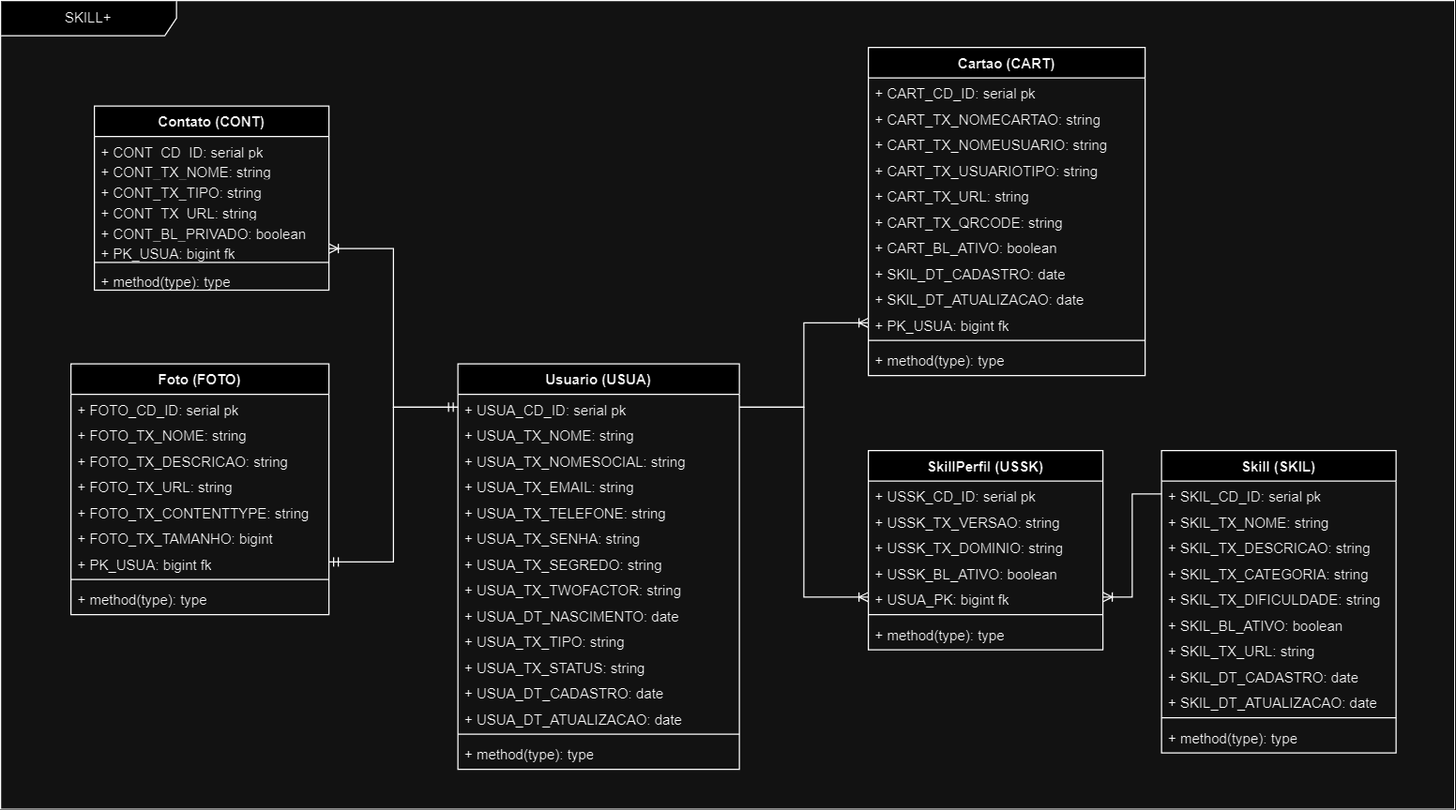
Before: public/images/SkillPlus.drawio.png, a diagram exported from draw.io (lucastere10/skillplus-api). Source tidied: cells renumbered, new cells last; positions are measured from the earlier drawing's top-left corner, leaving out a move shared by most shapes.
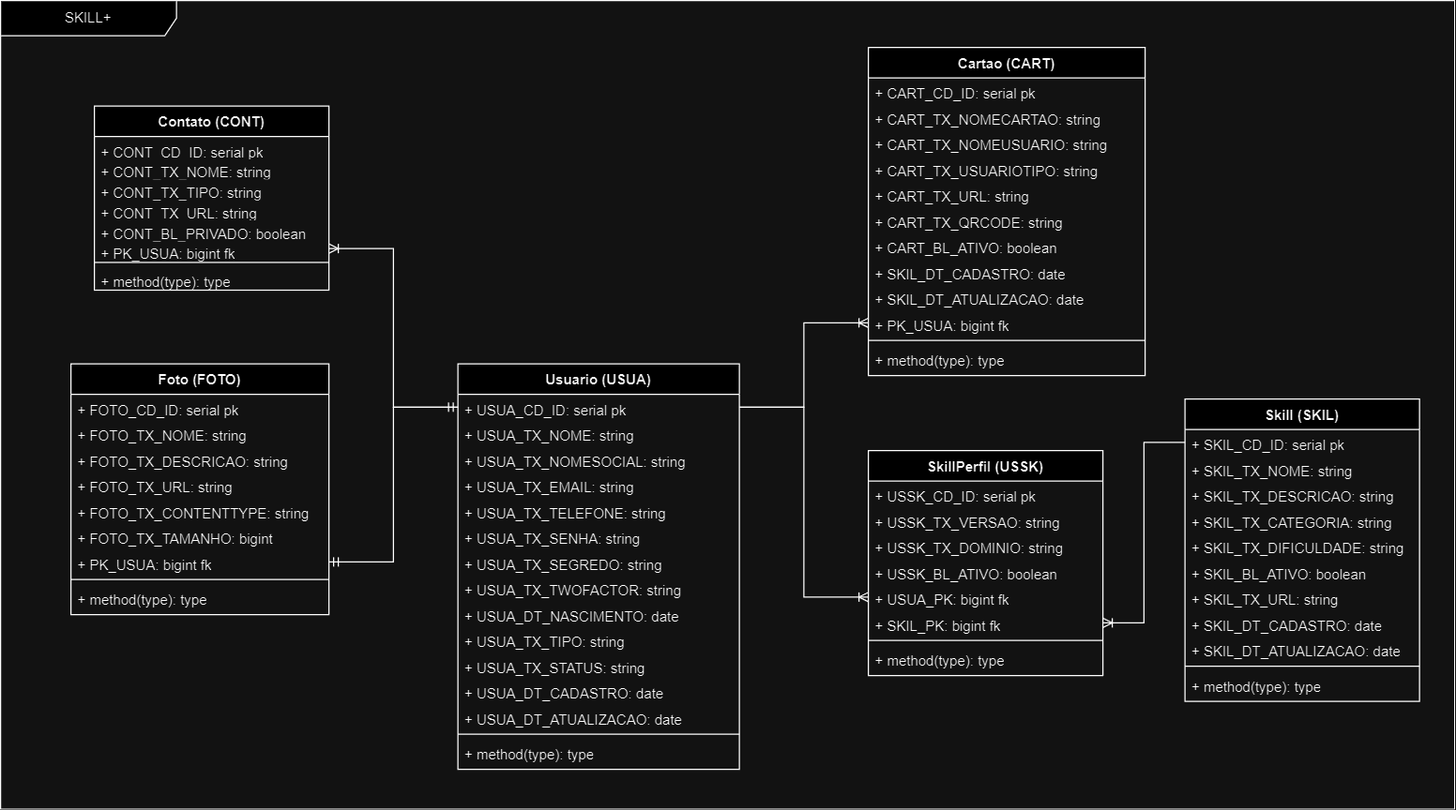
After the change.

Commit message:
fix: imagem do modelo de Banco de dados

Change to the diagram source:
```diff
@@ -48,7 +48,7 @@
       <mxGeometry y="254" width="236" height="26" as="geometry" />
     </mxCell>
     <mxCell id="17" value="Skill (SKIL)" style="swimlane;fontStyle=1;align=center;verticalAlign=top;horizontal=1;startSize=26;whiteSpace=wrap;html=1;" parent="2" vertex="1">
-      <mxGeometry x="990" y="384" width="200" height="258" as="geometry" />
+      <mxGeometry x="1010" y="340" width="200" height="258" as="geometry" />
     </mxCell>
     <mxCell id="18" value="+ SKIL_CD_ID: serial pk" style="text;strokeColor=none;fillColor=none;align=left;verticalAlign=top;spacingLeft=4;spacingRight=4;overflow=hidden;points=[[0,0.5],[1,0.5]];portConstraint=eastwest;whiteSpace=wrap;html=1;" parent="17" vertex="1">
       <mxGeometry y="26" width="200" height="22" as="geometry" />
@@ -162,7 +162,7 @@
       <mxGeometry y="188" width="220" height="26" as="geometry" />
     </mxCell>
     <mxCell id="55" value="SkillPerfil (USSK)" style="swimlane;fontStyle=1;align=center;verticalAlign=top;horizontal=1;startSize=26;whiteSpace=wrap;html=1;" parent="2" vertex="1">
-      <mxGeometry x="740" y="384" width="200" height="170" as="geometry" />
+      <mxGeometry x="740" y="384" width="200" height="192" as="geometry" />
     </mxCell>
     <mxCell id="56" value="+ USSK_CD_ID: serial pk" style="text;strokeColor=none;fillColor=none;align=left;verticalAlign=top;spacingLeft=4;spacingRight=4;overflow=hidden;whiteSpace=wrap;html=1;" parent="55" vertex="1">
       <mxGeometry y="26" width="200" height="22" as="geometry" />
@@ -179,11 +179,14 @@
     <mxCell id="60" value="+ USUA_PK: bigint fk&lt;div&gt;&lt;br&gt;&lt;/div&gt;" style="text;strokeColor=none;fillColor=none;align=left;verticalAlign=top;spacingLeft=4;spacingRight=4;overflow=hidden;points=[[0,0.5],[1,0.5]];portConstraint=eastwest;whiteSpace=wrap;html=1;" parent="55" vertex="1">
       <mxGeometry y="114" width="200" height="22" as="geometry" />
     </mxCell>
+    <mxCell id="77" value="+ SKIL_PK: bigint fk&lt;div&gt;&lt;br&gt;&lt;/div&gt;" style="text;strokeColor=none;fillColor=none;align=left;verticalAlign=top;spacingLeft=4;spacingRight=4;overflow=hidden;points=[[0,0.5],[1,0.5]];portConstraint=eastwest;whiteSpace=wrap;html=1;" parent="55" vertex="1">
+      <mxGeometry y="136" width="200" height="22" as="geometry" />
+    </mxCell>
     <mxCell id="61" style="line;strokeWidth=1;fillColor=none;align=left;verticalAlign=middle;spacingTop=-1;spacingLeft=3;spacingRight=3;labelPosition=right;strokeColor=inherit;" parent="55" vertex="1">
-      <mxGeometry y="136" width="200" height="8" as="geometry" />
+      <mxGeometry y="158" width="200" height="8" as="geometry" />
     </mxCell>
     <mxCell id="62" value="+ method(type): type" style="text;strokeColor=none;fillColor=none;align=left;verticalAlign=top;spacingLeft=4;spacingRight=4;overflow=hidden;whiteSpace=wrap;html=1;" parent="55" vertex="1">
-      <mxGeometry y="144" width="200" height="26" as="geometry" />
+      <mxGeometry y="166" width="200" height="26" as="geometry" />
     </mxCell>
     <mxCell id="63" value="Contato (CONT)" style="swimlane;fontStyle=1;align=center;verticalAlign=top;horizontal=1;startSize=26;whiteSpace=wrap;html=1;" parent="2" vertex="1">
       <mxGeometry x="80" y="90" width="200" height="157.1" as="geometry" />
@@ -221,11 +224,11 @@
     <mxCell id="74" style="edgeStyle=orthogonalEdgeStyle;rounded=0;jettySize=auto;html=1;exitX=1;exitY=0.5;exitDx=0;exitDy=0;entryX=0;entryY=0.5;entryDx=0;entryDy=0;endArrow=ERoneToMany;endFill=0;" parent="2" edge="1" source="30" target="60">
       <mxGeometry relative="1" as="geometry" />
     </mxCell>
-    <mxCell id="75" style="edgeStyle=orthogonalEdgeStyle;rounded=0;jettySize=auto;html=1;exitX=0;exitY=0.5;exitDx=0;exitDy=0;entryX=1;entryY=0.5;entryDx=0;entryDy=0;endArrow=ERoneToMany;endFill=0;" parent="2" edge="1" source="18" target="60">
-      <mxGeometry relative="1" as="geometry" />
-    </mxCell>
     <mxCell id="76" style="edgeStyle=orthogonalEdgeStyle;rounded=0;jettySize=auto;html=1;exitX=1;exitY=0.5;exitDx=0;exitDy=0;entryX=0;entryY=0.5;entryDx=0;entryDy=0;endArrow=ERoneToMany;endFill=0;" parent="2" edge="1" source="30" target="14">
       <mxGeometry relative="1" as="geometry" />
     </mxCell>
+    <mxCell id="78" style="edgeStyle=orthogonalEdgeStyle;rounded=0;jettySize=auto;html=1;exitX=0;exitY=0.5;exitDx=0;exitDy=0;entryX=1;entryY=0.5;entryDx=0;entryDy=0;endArrow=ERoneToMany;endFill=0;" parent="2" edge="1" source="18" target="77">
+      <mxGeometry relative="1" as="geometry" />
+    </mxCell>
   </root>
 </mxGraphModel>
```
